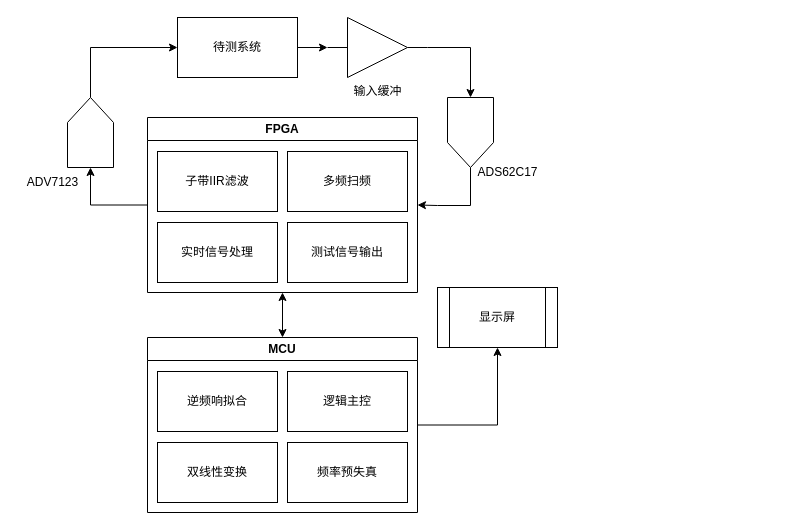
This is page "第 1 页" (1 of 2) of doc/框图.drawio from lolifish/EleRace2025, a draw.io file, before an edit. Source tidied: cells renumbered, new cells numbered last; positions are measured from the earlier drawing's top-left corner, leaving out a move shared by most shapes. Both pictures are drawn from the tidied source at 100%, with x=0, y=0 at pixel (17, 17).
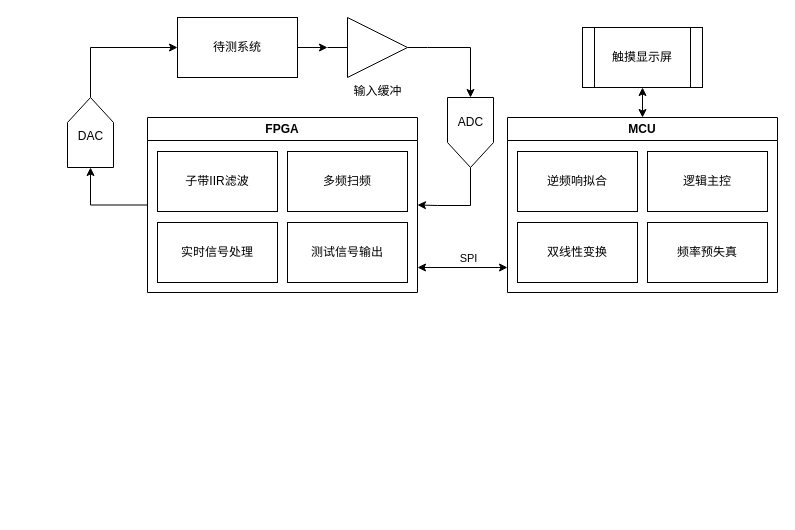
The same page after the edit.

The change refers to these unchanged cells:
```xml
<mxCell id="3" value="FPGA" style="swimlane;whiteSpace=wrap;html=1;" parent="1" vertex="1">
  <mxGeometry x="130" y="100" width="270" height="175" as="geometry" />
</mxCell>
```

Diff of the diagram source:
```diff
@@
-    <mxCell id="2" style="edgeStyle=orthogonalEdgeStyle;rounded=0;jettySize=auto;html=1;entryX=0.5;entryY=0;entryDx=0;entryDy=0;startArrow=classic;startFill=1;" parent="1" edge="1" source="3" target="9">
-      <mxGeometry relative="1" as="geometry" />
-    </mxCell>
+    <mxCell id="26" style="edgeStyle=orthogonalEdgeStyle;rounded=0;orthogonalLoop=1;jettySize=auto;html=1;startArrow=classic;startFill=1;" parent="1" edge="1">
+      <mxGeometry relative="1" as="geometry">
+        <mxPoint x="400" y="250" as="sourcePoint" />
+        <mxPoint x="490" y="250" as="targetPoint" />
+      </mxGeometry>
+    </mxCell>
+    <mxCell id="27" value="SPI" style="edgeLabel;html=1;align=center;verticalAlign=middle;" parent="26" vertex="1">
+      <mxGeometry x="0.25" y="-2" relative="1" as="geometry">
+        <mxPoint x="-6" y="-12" as="offset" />
+      </mxGeometry>
+    </mxCell>
@@
-    <mxCell id="8" style="edgeStyle=orthogonalEdgeStyle;rounded=0;jettySize=auto;html=1;entryX=0.5;entryY=1;entryDx=0;entryDy=0;" parent="1" edge="1" source="9" target="14">
+    <mxCell id="8" style="edgeStyle=orthogonalEdgeStyle;rounded=0;jettySize=auto;html=1;entryX=0.5;entryY=1;entryDx=0;entryDy=0;startArrow=classic;startFill=1;" parent="1" edge="1" source="9" target="14">
       <mxGeometry relative="1" as="geometry" />
     </mxCell>
     <mxCell id="9" value="MCU" style="swimlane;whiteSpace=wrap;html=1;" parent="1" vertex="1">
-      <mxGeometry x="130" y="320" width="270" height="175" as="geometry" />
+      <mxGeometry x="490" y="100" width="270" height="175" as="geometry" />
     </mxCell>
@@
-    <mxCell id="14" value="显示屏" style="shape=process;whiteSpace=wrap;html=1;backgroundOutline=1;" parent="1" vertex="1">
-      <mxGeometry x="420" y="270" width="120" height="60" as="geometry" />
+    <mxCell id="14" value="触摸显示屏" style="shape=process;whiteSpace=wrap;html=1;backgroundOutline=1;" parent="1" vertex="1">
+      <mxGeometry x="565" y="10" width="120" height="60" as="geometry" />
     </mxCell>
@@
-    <mxCell id="22" value="ADS62C17" style="text;html=1;align=center;verticalAlign=middle;strokeColor=none;fillColor=none;" parent="1" vertex="1">
-      <mxGeometry x="450" y="140" width="80" height="30" as="geometry" />
+    <mxCell id="22" value="ADC" style="text;html=1;align=center;verticalAlign=middle;strokeColor=none;fillColor=none;" parent="1" vertex="1">
+      <mxGeometry x="428" y="90" width="50" height="30" as="geometry" />
     </mxCell>
-    <mxCell id="23" value="ADV7123" style="text;html=1;align=center;verticalAlign=middle;strokeColor=none;fillColor=none;" parent="1" vertex="1">
-      <mxGeometry y="150" width="70" height="30" as="geometry" />
+    <mxCell id="23" value="DAC" style="text;html=1;align=center;verticalAlign=middle;strokeColor=none;fillColor=none;" parent="1" vertex="1">
+      <mxGeometry x="48" y="104" width="50" height="30" as="geometry" />
     </mxCell>
```
